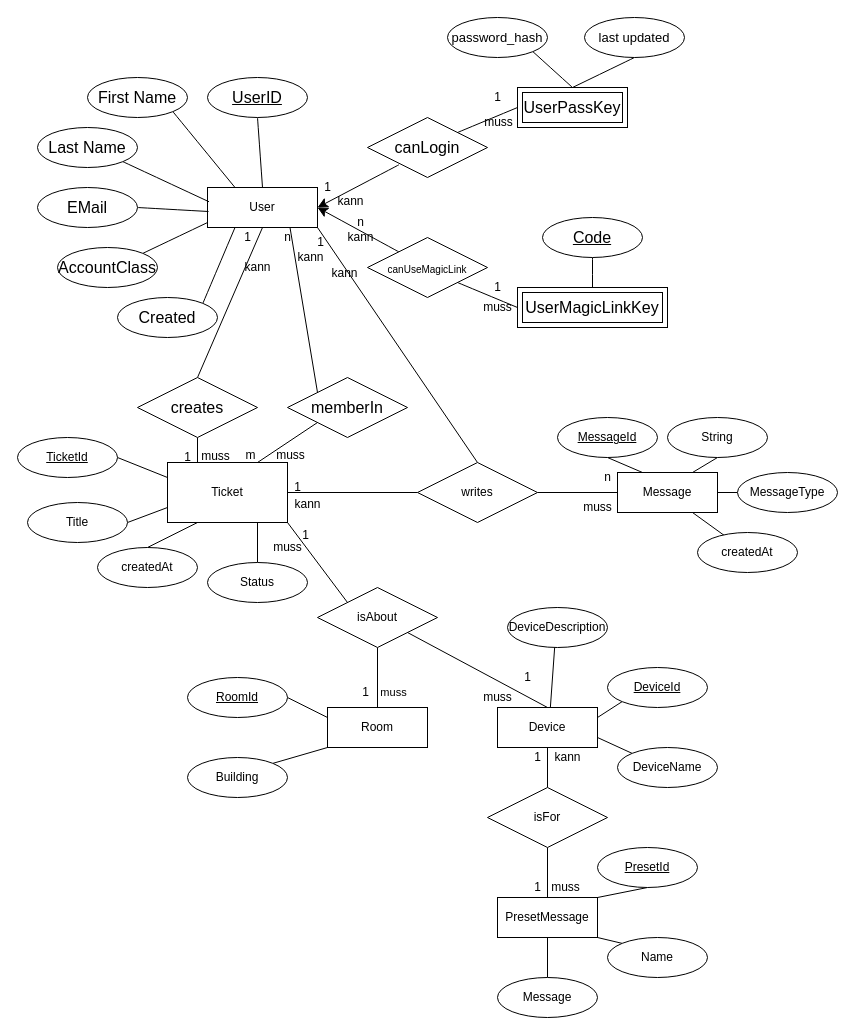
Above: er.drawio in Bloeckchengrafik/School-Ticket-System (draw.io), before the change. Source tidied: cells renumbered, new cells numbered last; positions are measured from the earlier drawing's top-left corner, leaving out a move shared by most shapes. Both pictures are drawn from the tidied source at 100%, with x=0, y=0 at pixel (17, 17).
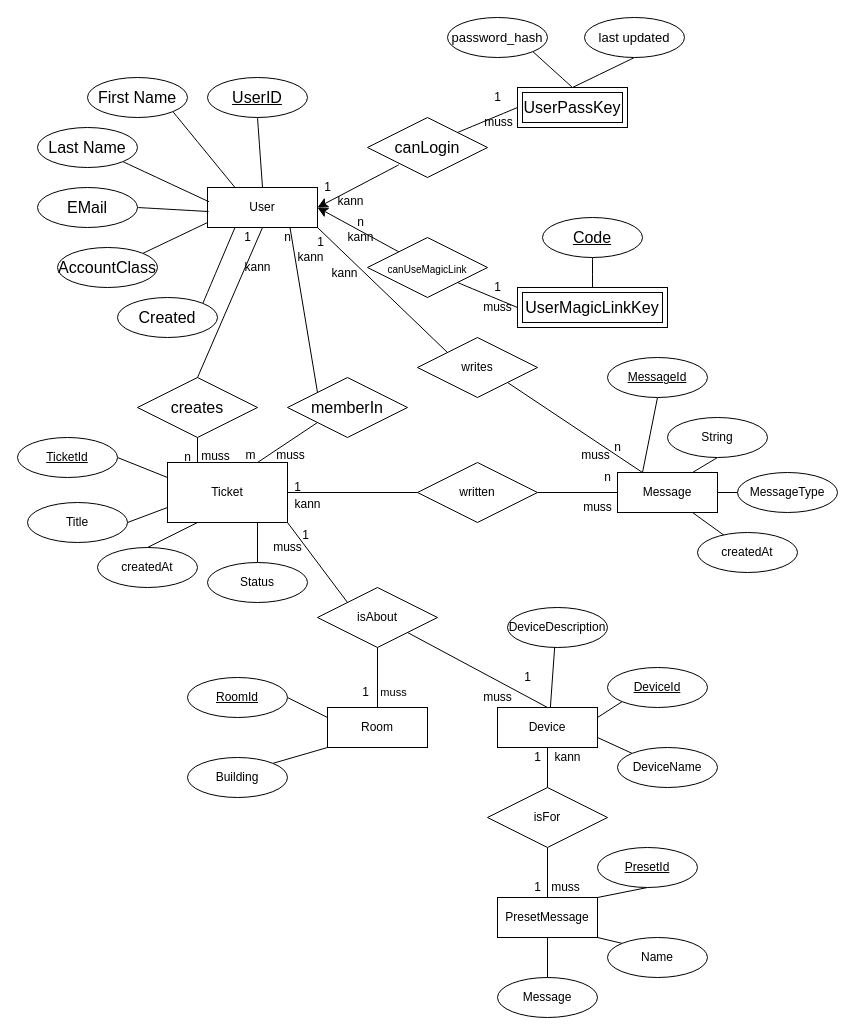
After the change.

The change refers to these unchanged cells:
```xml
<mxCell id="5" value="User" style="rounded=0;whiteSpace=wrap;html=1;" parent="1" vertex="1">
  <mxGeometry x="190" y="170" width="110" height="40" as="geometry" />
</mxCell>
<mxCell id="52" value="Message" style="whiteSpace=wrap;html=1;align=center;" parent="1" vertex="1">
  <mxGeometry x="600" y="455" width="100" height="40" as="geometry" />
</mxCell>
```

Change to the diagram source:
```diff
@@
-    <mxCell id="4" style="edgeStyle=none;rounded=0;jettySize=auto;html=1;exitX=1;exitY=1;exitDx=0;exitDy=0;entryX=0.5;entryY=0;entryDx=0;entryDy=0;endArrow=none;endFill=0;" parent="1" edge="1" source="5" target="48">
+    <mxCell id="4" style="edgeStyle=none;rounded=0;jettySize=auto;html=1;exitX=1;exitY=1;exitDx=0;exitDy=0;entryX=0;entryY=0;entryDx=0;entryDy=0;endArrow=none;endFill=0;" parent="1" edge="1" source="5" target="117">
       <mxGeometry relative="1" as="geometry" />
     </mxCell>
@@
-    <mxCell id="48" value="writes" style="shape=rhombus;perimeter=rhombusPerimeter;whiteSpace=wrap;html=1;align=center;" parent="1" vertex="1">
+    <mxCell id="48" value="written" style="shape=rhombus;perimeter=rhombusPerimeter;whiteSpace=wrap;html=1;align=center;" parent="1" vertex="1">
       <mxGeometry x="400" y="445" width="120" height="60" as="geometry" />
     </mxCell>
@@
     <mxCell id="54" value="MessageId" style="ellipse;whiteSpace=wrap;html=1;align=center;fontStyle=4;" parent="1" vertex="1">
-      <mxGeometry x="540" y="400" width="100" height="40" as="geometry" />
+      <mxGeometry x="590" y="340" width="100" height="40" as="geometry" />
     </mxCell>
@@
-    <mxCell id="97" value="1" style="text;html=1;align=center;verticalAlign=middle;strokeColor=none;fillColor=none;" parent="1" vertex="1">
+    <mxCell id="97" value="n" style="text;html=1;align=center;verticalAlign=middle;strokeColor=none;fillColor=none;" parent="1" vertex="1">
       <mxGeometry x="155" y="425" width="30" height="30" as="geometry" />
     </mxCell>
@@
+    <mxCell id="116" style="rounded=0;jettySize=auto;html=1;exitX=1;exitY=1;exitDx=0;exitDy=0;entryX=0.25;entryY=0;entryDx=0;entryDy=0;endArrow=none;endFill=0;" parent="1" edge="1" source="117" target="52">
+      <mxGeometry relative="1" as="geometry" />
+    </mxCell>
+    <mxCell id="117" value="writes" style="shape=rhombus;perimeter=rhombusPerimeter;whiteSpace=wrap;html=1;align=center;" parent="1" vertex="1">
+      <mxGeometry x="400" y="320" width="120" height="60" as="geometry" />
+    </mxCell>
+    <mxCell id="118" value="n" style="text;html=1;align=center;verticalAlign=middle;strokeColor=none;fillColor=none;" parent="1" vertex="1">
+      <mxGeometry x="585" y="415" width="30" height="30" as="geometry" />
+    </mxCell>
+    <mxCell id="119" value="muss" style="text;html=1;align=center;verticalAlign=middle;strokeColor=none;fillColor=none;" parent="1" vertex="1">
+      <mxGeometry x="553" y="423" width="50" height="30" as="geometry" />
+    </mxCell>
```
